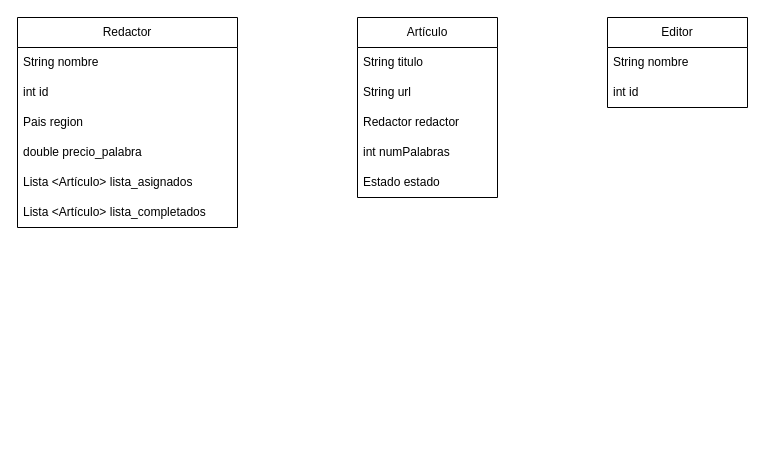
mellamanmar/PIF_SistemaAutomatizado keeps this draw.io diagram as Sistema Automatizado.drawio. Above is the earlier version. Source tidied: cells renumbered, new cells numbered last; positions are measured from the earlier drawing's top-left corner, leaving out a move shared by most shapes. Both pictures are drawn from the tidied source at 100%, with x=0, y=0 at pixel (17, 17).
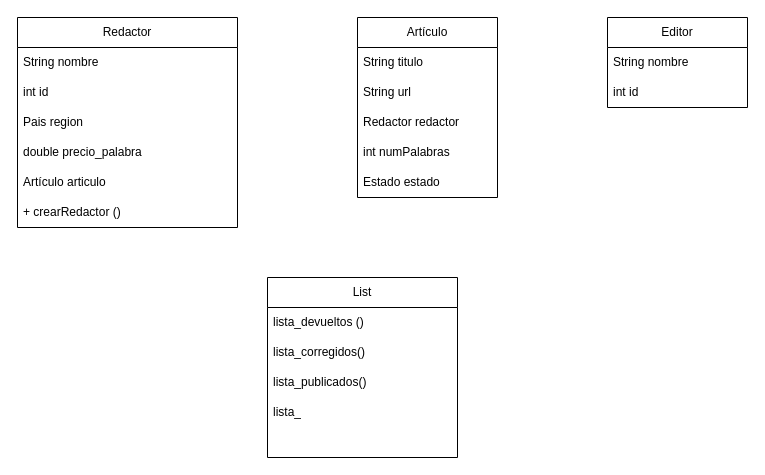
Above is the later version.

The change refers to these unchanged cells:
```xml
<mxCell id="2" value="Redactor" style="swimlane;fontStyle=0;horizontal=1;startSize=30;whiteSpace=wrap;html=1;" parent="1" vertex="1">
  <mxGeometry width="220" height="210" as="geometry" />
</mxCell>
```

What changed in the source:
```diff
@@
+    <mxCell id="18" value="Artículo articulo" style="text;strokeColor=none;fillColor=none;align=left;verticalAlign=middle;spacingLeft=4;spacingRight=4;overflow=hidden;whiteSpace=wrap;html=1;" parent="2" vertex="1">
+      <mxGeometry y="150" width="220" height="30" as="geometry" />
+    </mxCell>
-    <mxCell id="7" value="Lista &amp;lt;Artículo&amp;gt; lista_asignados" style="text;strokeColor=none;fillColor=none;align=left;verticalAlign=middle;spacingLeft=4;spacingRight=4;overflow=hidden;whiteSpace=wrap;html=1;" parent="2" vertex="1">
-      <mxGeometry y="150" width="220" height="30" as="geometry" />
+    <mxCell id="7" value="+ crearRedactor ()" style="text;strokeColor=none;fillColor=none;align=left;verticalAlign=middle;spacingLeft=4;spacingRight=4;overflow=hidden;whiteSpace=wrap;html=1;" parent="2" vertex="1">
+      <mxGeometry y="180" width="220" height="30" as="geometry" />
     </mxCell>
-    <mxCell id="8" value="Lista &amp;lt;Artículo&amp;gt; lista_completados" style="text;strokeColor=none;fillColor=none;align=left;verticalAlign=middle;spacingLeft=4;spacingRight=4;overflow=hidden;whiteSpace=wrap;html=1;" parent="2" vertex="1">
-      <mxGeometry y="180" width="220" height="30" as="geometry" />
-    </mxCell>
@@
+    <mxCell id="19" value="List" style="swimlane;fontStyle=0;horizontal=1;startSize=30;whiteSpace=wrap;html=1;" parent="1" vertex="1">
+      <mxGeometry x="250" y="260" width="190" height="180" as="geometry" />
+    </mxCell>
+    <mxCell id="20" value="lista_devueltos ()" style="text;strokeColor=none;fillColor=none;align=left;verticalAlign=middle;spacingLeft=4;spacingRight=4;overflow=hidden;whiteSpace=wrap;html=1;" parent="19" vertex="1">
+      <mxGeometry y="30" width="190" height="30" as="geometry" />
+    </mxCell>
+    <mxCell id="21" value="lista_corregidos()" style="text;strokeColor=none;fillColor=none;align=left;verticalAlign=middle;spacingLeft=4;spacingRight=4;overflow=hidden;whiteSpace=wrap;html=1;" parent="19" vertex="1">
+      <mxGeometry y="60" width="190" height="30" as="geometry" />
+    </mxCell>
+    <mxCell id="22" value="lista_publicados()" style="text;strokeColor=none;fillColor=none;align=left;verticalAlign=middle;spacingLeft=4;spacingRight=4;overflow=hidden;whiteSpace=wrap;html=1;" parent="19" vertex="1">
+      <mxGeometry y="90" width="190" height="30" as="geometry" />
+    </mxCell>
+    <mxCell id="23" value="lista_" style="text;strokeColor=none;fillColor=none;align=left;verticalAlign=middle;spacingLeft=4;spacingRight=4;overflow=hidden;whiteSpace=wrap;html=1;" parent="19" vertex="1">
+      <mxGeometry y="120" width="190" height="30" as="geometry" />
+    </mxCell>
+    <mxCell id="24" style="text;strokeColor=none;fillColor=none;align=left;verticalAlign=middle;spacingLeft=4;spacingRight=4;overflow=hidden;whiteSpace=wrap;html=1;" parent="19" vertex="1">
+      <mxGeometry y="150" width="190" height="30" as="geometry" />
+    </mxCell>
```
